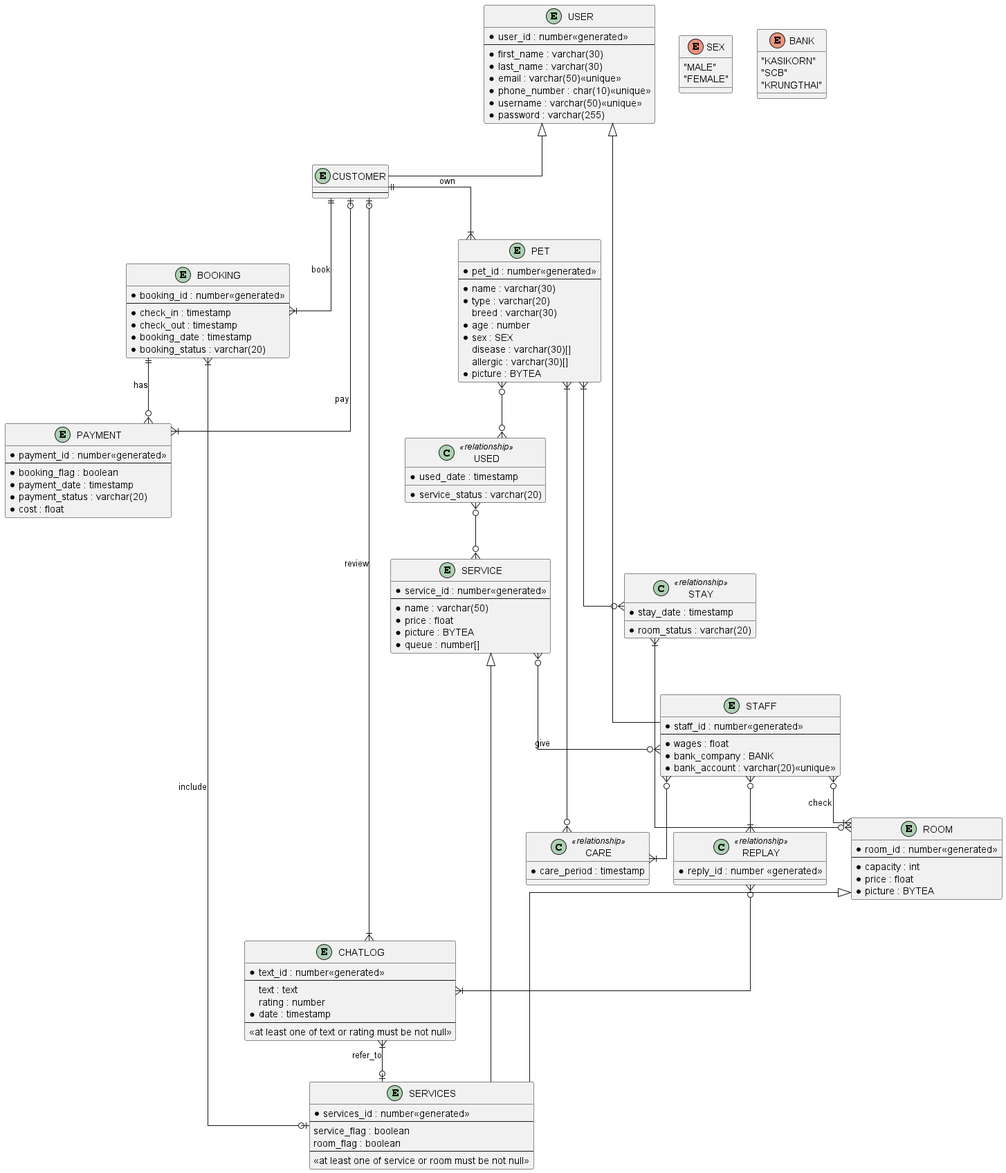
Earlier version of the PlantUML export out/uml/uml.png (Pawradise-Inn/pawradise-inn).
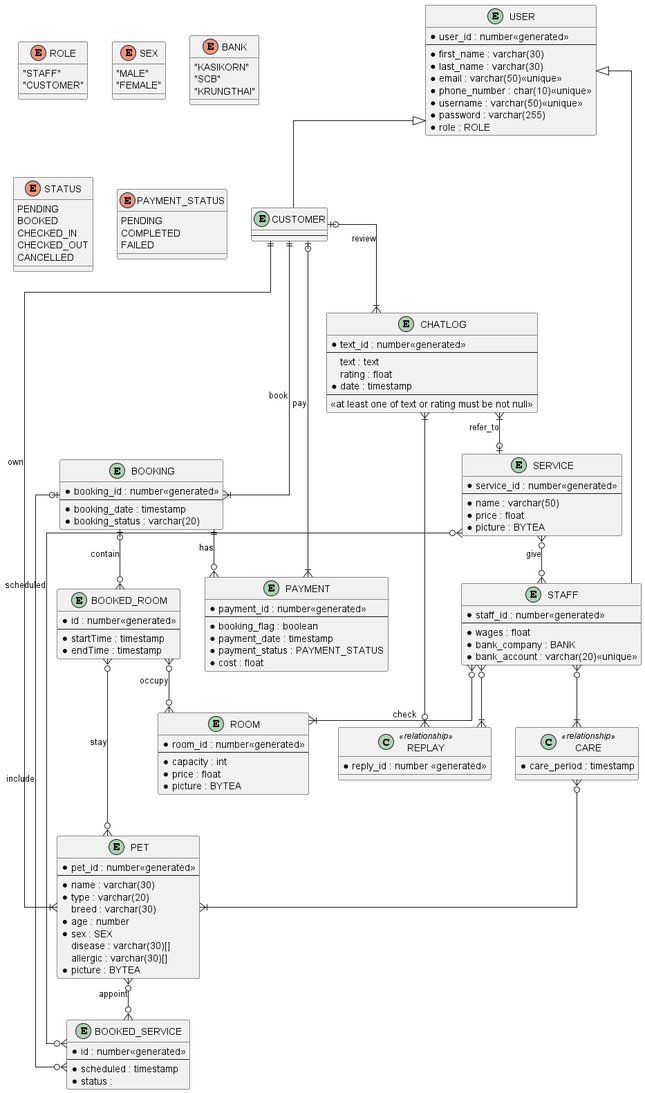
The same file after the commit.

Commit message:
update prisma schema

Change to the diagram source:
```diff
@@ -9,6 +9,7 @@
     *phone_number : char(10)<<unique>>
     *username : varchar(50)<<unique>>
     *password : varchar(255)
+    *role : ROLE
 }
 
 entity "CUSTOMER" as customer{
@@ -50,23 +51,13 @@
     *name : varchar(50)
     *price : float
     *picture : BYTEA
-    *queue : number[]
-}
-
-entity "SERVICES" as services{
-    *services_id : number<<generated>>
-    --
-    service_flag : boolean
-    room_flag : boolean
-    --
-    <<at least one of service or room must be not null>>
 }
 
 entity "CHATLOG" as chatlog{
     *text_id : number<<generated>>
     --
     text : text
-    rating : number
+    rating : float
     *date : timestamp
     --
      <<at least one of text or rating must be not null>>
@@ -75,8 +66,6 @@
 entity "BOOKING" as booking{
     *booking_id : number<<generated>>
     --
-    *check_in : timestamp
-    *check_out : timestamp
     *booking_date : timestamp
     *booking_status : varchar(20)
 }
@@ -86,18 +75,22 @@
     --
     *booking_flag : boolean
     *payment_date : timestamp
-    *payment_status : varchar(20)
+    *payment_status : PAYMENT_STATUS
     *cost : float
 }
 
-class USED << relationship>> {
-    *service_status : varchar(20)
-    *used_date : timestamp
+entity "BOOKED_SERVICE" as queue{
+    *id : number<<generated>>
+    --
+    *scheduled : timestamp
+    *status :
 }
 
-class STAY << relationship>> {
-    *room_status : varchar(20)
-    *stay_date : timestamp
+entity "BOOKED_ROOM" as stay{
+    *id : number<<generated>>
+    --
+    *startTime : timestamp
+    *endTime : timestamp
 }
 
 class CARE << relationship>> {
@@ -113,30 +106,32 @@
 user <|-- customer
 user <|-- staff
 
-service <|-- services
-room <|-- services
-
 customer ||--|{ pet : "own"
 staff }o--|{ room : "check"
 customer|o--|{ chatlog : "review"
 customer ||--|{ booking : "book"
-chatlog }|--o| services : "refer_to"
+chatlog }|--o| service : "refer_to"
 service }o--o{staff : "give"
 customer |o--|{payment : "pay"
-booking }|--o| services : "include"
+booking |o--o{ queue : "include"
+booking |o--o{ stay : "contain"
 booking ||--o{ payment : "has"
+service }o--o{ queue : "scheduled"
+pet }o--o{  queue : "appoint"
+stay }o--o{ pet : "stay"
+stay }o--o{ room : "occupy"
 
-pet }o--o{ USED
-USED }o--o{ service
-
-pet }|--o{ STAY
-STAY }|--o{ room
 
 staff }o--|{ CARE
 CARE }o--|{ pet
 
 staff }o--|{ REPLAY
 REPLAY }o--|{ chatlog
+
+enum "ROLE"{
+    "STAFF"
+    "CUSTOMER"
+}
 
 enum "SEX"{
     "MALE"
@@ -148,4 +143,18 @@
     "SCB"
     "KRUNGTHAI"
 }
+
+enum "STATUS"{
+    PENDING
+    BOOKED
+    CHECKED_IN
+    CHECKED_OUT
+    CANCELLED
+}
+
+enum "PAYMENT_STATUS"{
+    PENDING
+    COMPLETED
+    FAILED
+}
 @enduml
```
